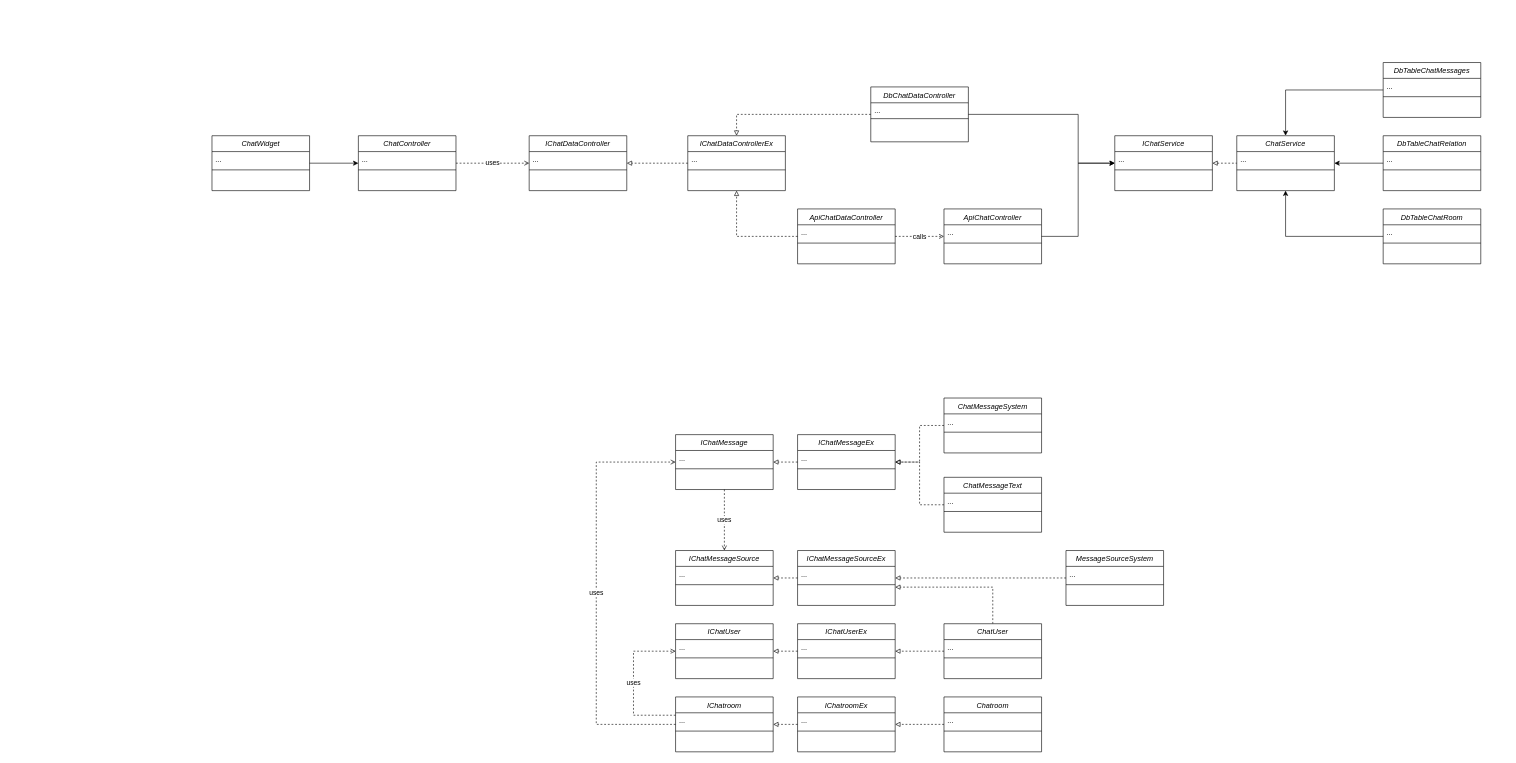
Above: internship_s8/new-class-diagram.drawio in Gryfin123/diagrams_with_no_context (draw.io), before the change. Source tidied: cells renumbered, new cells numbered last; positions are measured from the earlier drawing's top-left corner, leaving out a move shared by most shapes. Both pictures are drawn from the tidied source at 61%, with x=0, y=0 at pixel (212, 62).
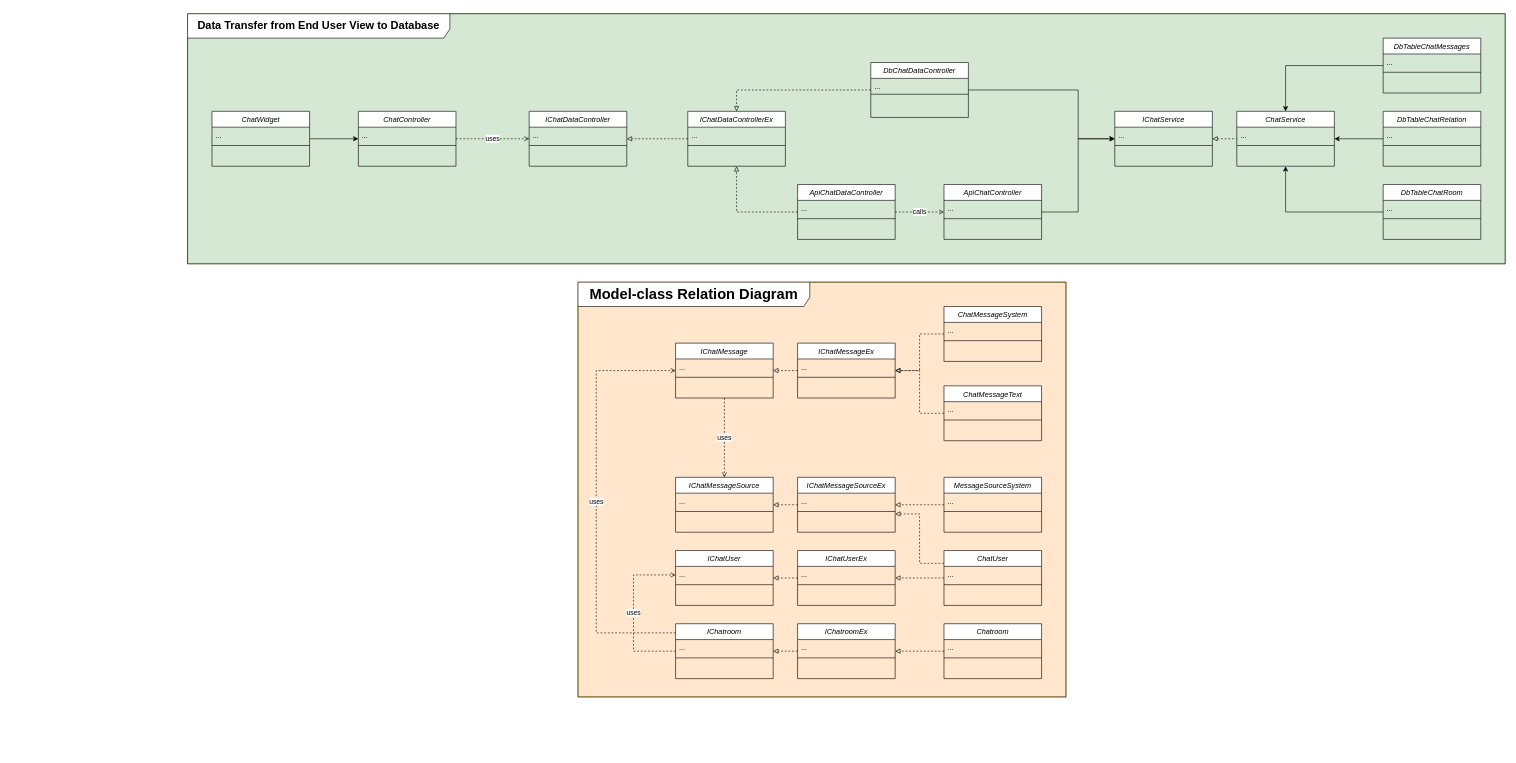
After the change.

Change to the diagram source:
```diff
@@
+    <mxCell id="102" style="rounded=0;whiteSpace=wrap;html=1;fillColor=#d5e8d4;strokeColor=#82b366;" parent="1" vertex="1">
+      <mxGeometry x="-40" y="-80" width="2160" height="410" as="geometry" />
+    </mxCell>
+    <mxCell id="103" style="rounded=0;whiteSpace=wrap;html=1;fillColor=#ffe6cc;strokeColor=#d79b00;" parent="1" vertex="1">
+      <mxGeometry x="600" y="360" width="800" height="680" as="geometry" />
+    </mxCell>
@@
     <mxCell id="3" value="ChatMessageText" style="swimlane;fontStyle=2;align=center;verticalAlign=top;horizontal=1;startSize=26;rounded=0;shadow=0;strokeWidth=1;" parent="1" vertex="1">
-      <mxGeometry x="1200" y="680" width="160" height="90" as="geometry" />
+      <mxGeometry x="1200" y="530" width="160" height="90" as="geometry" />
     </mxCell>
@@
     <mxCell id="7" value="Chatroom" style="swimlane;fontStyle=2;align=center;verticalAlign=top;horizontal=1;startSize=26;rounded=0;shadow=0;strokeWidth=1;" parent="1" vertex="1">
-      <mxGeometry x="1200" y="1040" width="160" height="90" as="geometry" />
+      <mxGeometry x="1200" y="920" width="160" height="90" as="geometry" />
     </mxCell>
@@
     <mxCell id="11" style="edgeStyle=orthogonalEdgeStyle;rounded=0;jettySize=auto;html=1;endArrow=block;endFill=0;dashed=1;" parent="1" edge="1" source="12" target="42">
       <mxGeometry relative="1" as="geometry">
         <Array as="points">
-          <mxPoint x="1280" y="860" />
+          <mxPoint x="1160" y="821" />
+          <mxPoint x="1160" y="740" />
         </Array>
       </mxGeometry>
     </mxCell>
     <mxCell id="12" value="ChatUser" style="swimlane;fontStyle=2;align=center;verticalAlign=top;horizontal=1;startSize=26;rounded=0;shadow=0;strokeWidth=1;" parent="1" vertex="1">
-      <mxGeometry x="1200" y="920" width="160" height="90" as="geometry" />
+      <mxGeometry x="1200" y="800" width="160" height="90" as="geometry" />
     </mxCell>
@@
     <mxCell id="16" value="ChatMessageSystem" style="swimlane;fontStyle=2;align=center;verticalAlign=top;horizontal=1;startSize=26;rounded=0;shadow=0;strokeWidth=1;" parent="1" vertex="1">
-      <mxGeometry x="1200" y="550" width="160" height="90" as="geometry" />
+      <mxGeometry x="1200" y="400" width="160" height="90" as="geometry" />
     </mxCell>
@@
     <mxCell id="20" value="IChatMessageEx" style="swimlane;fontStyle=2;align=center;verticalAlign=top;horizontal=1;startSize=26;rounded=0;shadow=0;strokeWidth=1;" parent="1" vertex="1">
-      <mxGeometry x="960" y="610" width="160" height="90" as="geometry" />
+      <mxGeometry x="960" y="460" width="160" height="90" as="geometry" />
     </mxCell>
@@
     <mxCell id="24" value="IChatroomEx" style="swimlane;fontStyle=2;align=center;verticalAlign=top;horizontal=1;startSize=26;rounded=0;shadow=0;strokeWidth=1;" parent="1" vertex="1">
-      <mxGeometry x="960" y="1040" width="160" height="90" as="geometry" />
+      <mxGeometry x="960" y="920" width="160" height="90" as="geometry" />
     </mxCell>
@@
     <mxCell id="28" value="IChatUserEx" style="swimlane;fontStyle=2;align=center;verticalAlign=top;horizontal=1;startSize=26;rounded=0;shadow=0;strokeWidth=1;" parent="1" vertex="1">
-      <mxGeometry x="960" y="920" width="160" height="90" as="geometry" />
+      <mxGeometry x="960" y="800" width="160" height="90" as="geometry" />
     </mxCell>
@@
     <mxCell id="32" value="IChatMessage" style="swimlane;fontStyle=2;align=center;verticalAlign=top;horizontal=1;startSize=26;rounded=0;shadow=0;strokeWidth=1;" parent="1" vertex="1">
-      <mxGeometry x="760" y="610" width="160" height="90" as="geometry" />
+      <mxGeometry x="760" y="460" width="160" height="90" as="geometry" />
     </mxCell>
@@
     <mxCell id="35" value="IChatroom" style="swimlane;fontStyle=2;align=center;verticalAlign=top;horizontal=1;startSize=26;rounded=0;shadow=0;strokeWidth=1;" parent="1" vertex="1">
-      <mxGeometry x="760" y="1040" width="160" height="90" as="geometry" />
+      <mxGeometry x="760" y="920" width="160" height="90" as="geometry" />
     </mxCell>
@@
     <mxCell id="38" value="IChatUser" style="swimlane;fontStyle=2;align=center;verticalAlign=top;horizontal=1;startSize=26;rounded=0;shadow=0;strokeWidth=1;" parent="1" vertex="1">
-      <mxGeometry x="760" y="920" width="160" height="90" as="geometry" />
+      <mxGeometry x="760" y="800" width="160" height="90" as="geometry" />
     </mxCell>
@@
     <mxCell id="42" value="IChatMessageSourceEx" style="swimlane;fontStyle=2;align=center;verticalAlign=top;horizontal=1;startSize=26;rounded=0;shadow=0;strokeWidth=1;" parent="1" vertex="1">
-      <mxGeometry x="960" y="800" width="160" height="90" as="geometry" />
+      <mxGeometry x="960" y="680" width="160" height="90" as="geometry" />
     </mxCell>
@@
     <mxCell id="45" value="IChatMessageSource" style="swimlane;fontStyle=2;align=center;verticalAlign=top;horizontal=1;startSize=26;rounded=0;shadow=0;strokeWidth=1;" parent="1" vertex="1">
-      <mxGeometry x="760" y="800" width="160" height="90" as="geometry" />
+      <mxGeometry x="760" y="680" width="160" height="90" as="geometry" />
     </mxCell>
@@
     <mxCell id="49" value="DbTableChatMessages" style="swimlane;fontStyle=2;align=center;verticalAlign=top;horizontal=1;startSize=26;rounded=0;shadow=0;strokeWidth=1;" parent="1" vertex="1">
-      <mxGeometry x="1920" width="160" height="90" as="geometry" />
+      <mxGeometry x="1920" y="-40" width="160" height="90" as="geometry" />
     </mxCell>
@@
     <mxCell id="53" value="DbTableChatRelation" style="swimlane;fontStyle=2;align=center;verticalAlign=top;horizontal=1;startSize=26;rounded=0;shadow=0;strokeWidth=1;" parent="1" vertex="1">
-      <mxGeometry x="1920" y="120" width="160" height="90" as="geometry" />
+      <mxGeometry x="1920" y="80" width="160" height="90" as="geometry" />
     </mxCell>
@@
     <mxCell id="57" value="DbTableChatRoom" style="swimlane;fontStyle=2;align=center;verticalAlign=top;horizontal=1;startSize=26;rounded=0;shadow=0;strokeWidth=1;" parent="1" vertex="1">
-      <mxGeometry x="1920" y="240" width="160" height="90" as="geometry" />
+      <mxGeometry x="1920" y="200" width="160" height="90" as="geometry" />
     </mxCell>
@@
     <mxCell id="60" value="ChatService" style="swimlane;fontStyle=2;align=center;verticalAlign=top;horizontal=1;startSize=26;rounded=0;shadow=0;strokeWidth=1;" parent="1" vertex="1">
-      <mxGeometry x="1680" y="120" width="160" height="90" as="geometry" />
+      <mxGeometry x="1680" y="80" width="160" height="90" as="geometry" />
     </mxCell>
@@
     <mxCell id="64" value="IChatService" style="swimlane;fontStyle=2;align=center;verticalAlign=top;horizontal=1;startSize=26;rounded=0;shadow=0;strokeWidth=1;" parent="1" vertex="1">
-      <mxGeometry x="1480" y="120" width="160" height="90" as="geometry" />
+      <mxGeometry x="1480" y="80" width="160" height="90" as="geometry" />
     </mxCell>
@@
     <mxCell id="68" style="edgeStyle=orthogonalEdgeStyle;rounded=0;jettySize=auto;html=1;" parent="1" edge="1" source="82" target="64">
       <mxGeometry relative="1" as="geometry">
         <Array as="points">
-          <mxPoint x="1420" y="285" />
-          <mxPoint x="1420" y="165" />
+          <mxPoint x="1420" y="245" />
+          <mxPoint x="1420" y="125" />
         </Array>
       </mxGeometry>
     </mxCell>
@@
     <mxCell id="70" value="ApiChatDataController" style="swimlane;fontStyle=2;align=center;verticalAlign=top;horizontal=1;startSize=26;rounded=0;shadow=0;strokeWidth=1;" parent="1" vertex="1">
-      <mxGeometry x="960" y="240" width="160" height="90" as="geometry" />
+      <mxGeometry x="960" y="200" width="160" height="90" as="geometry" />
     </mxCell>
@@
     <mxCell id="74" value="IChatDataControllerEx" style="swimlane;fontStyle=2;align=center;verticalAlign=top;horizontal=1;startSize=26;rounded=0;shadow=0;strokeWidth=1;" parent="1" vertex="1">
-      <mxGeometry x="780" y="120" width="160" height="90" as="geometry" />
+      <mxGeometry x="780" y="80" width="160" height="90" as="geometry" />
     </mxCell>
@@
     <mxCell id="77" style="edgeStyle=orthogonalEdgeStyle;rounded=0;jettySize=auto;html=1;endArrow=block;endFill=0;dashed=1;" parent="1" edge="1" source="79" target="74">
       <mxGeometry relative="1" as="geometry">
         <Array as="points">
-          <mxPoint x="860" y="85" />
+          <mxPoint x="860" y="45" />
         </Array>
       </mxGeometry>
     </mxCell>
     <mxCell id="78" style="edgeStyle=orthogonalEdgeStyle;rounded=0;jettySize=auto;html=1;" parent="1" edge="1" source="79" target="64">
       <mxGeometry relative="1" as="geometry">
         <Array as="points">
-          <mxPoint x="1420" y="85" />
-          <mxPoint x="1420" y="165" />
+          <mxPoint x="1420" y="45" />
+          <mxPoint x="1420" y="125" />
         </Array>
       </mxGeometry>
     </mxCell>
     <mxCell id="79" value="DbChatDataController" style="swimlane;fontStyle=2;align=center;verticalAlign=top;horizontal=1;startSize=26;rounded=0;shadow=0;strokeWidth=1;" parent="1" vertex="1">
-      <mxGeometry x="1080" y="40" width="160" height="90" as="geometry" />
+      <mxGeometry x="1080" width="160" height="90" as="geometry" />
     </mxCell>
@@
     <mxCell id="82" value="ApiChatController" style="swimlane;fontStyle=2;align=center;verticalAlign=top;horizontal=1;startSize=26;rounded=0;shadow=0;strokeWidth=1;" parent="1" vertex="1">
-      <mxGeometry x="1200" y="240" width="160" height="90" as="geometry" />
+      <mxGeometry x="1200" y="200" width="160" height="90" as="geometry" />
     </mxCell>
@@
     <mxCell id="85" value="IChatDataController" style="swimlane;fontStyle=2;align=center;verticalAlign=top;horizontal=1;startSize=26;rounded=0;shadow=0;strokeWidth=1;" parent="1" vertex="1">
-      <mxGeometry x="520" y="120" width="160" height="90" as="geometry" />
+      <mxGeometry x="520" y="80" width="160" height="90" as="geometry" />
     </mxCell>
@@
     <mxCell id="89" value="ChatController" style="swimlane;fontStyle=2;align=center;verticalAlign=top;horizontal=1;startSize=26;rounded=0;shadow=0;strokeWidth=1;" parent="1" vertex="1">
-      <mxGeometry x="240" y="120" width="160" height="90" as="geometry" />
+      <mxGeometry x="240" y="80" width="160" height="90" as="geometry" />
     </mxCell>
@@
     <mxCell id="93" value="ChatWidget" style="swimlane;fontStyle=2;align=center;verticalAlign=top;horizontal=1;startSize=26;rounded=0;shadow=0;strokeWidth=1;" parent="1" vertex="1">
-      <mxGeometry y="120" width="160" height="90" as="geometry" />
+      <mxGeometry y="80" width="160" height="90" as="geometry" />
     </mxCell>
@@
     <mxCell id="97" value="MessageSourceSystem" style="swimlane;fontStyle=2;align=center;verticalAlign=top;horizontal=1;startSize=26;rounded=0;shadow=0;strokeWidth=1;" parent="1" vertex="1">
-      <mxGeometry x="1400" y="800" width="160" height="90" as="geometry" />
+      <mxGeometry x="1200" y="680" width="160" height="90" as="geometry" />
     </mxCell>
@@
     <mxCell id="100" value="uses" style="edgeStyle=orthogonalEdgeStyle;rounded=0;jettySize=auto;html=1;endArrow=open;endFill=0;dashed=1;" parent="1" edge="1" source="35" target="38">
       <mxGeometry relative="1" as="geometry">
         <Array as="points">
-          <mxPoint x="691" y="1070" />
           <mxPoint x="691" y="965" />
+          <mxPoint x="691" y="840" />
         </Array>
       </mxGeometry>
     </mxCell>
     <mxCell id="101" value="uses" style="edgeStyle=orthogonalEdgeStyle;rounded=0;jettySize=auto;html=1;endArrow=open;endFill=0;dashed=1;" parent="1" edge="1" source="35" target="32">
       <mxGeometry relative="1" as="geometry">
         <Array as="points">
-          <mxPoint x="630" y="1085" />
-          <mxPoint x="630" y="655" />
+          <mxPoint x="630" y="935" />
+          <mxPoint x="630" y="505" />
         </Array>
       </mxGeometry>
     </mxCell>
+    <mxCell id="104" value="&lt;h2&gt;&lt;br&gt;&lt;/h2&gt;" style="text;html=1;align=left;verticalAlign=middle;whiteSpace=wrap;rounded=0;" parent="1" vertex="1">
+      <mxGeometry x="-330" y="470" width="540" height="30" as="geometry" />
+    </mxCell>
+    <mxCell id="105" value="&lt;h2 style=&quot;text-align: left;&quot;&gt;&lt;font style=&quot;font-size: 24px;&quot;&gt;Model-class Relation Diagram&lt;/font&gt;&lt;/h2&gt;" style="shape=umlFrame;whiteSpace=wrap;html=1;width=380;height=40;" parent="1" vertex="1">
+      <mxGeometry x="600" y="360" width="800" height="680" as="geometry" />
+    </mxCell>
+    <mxCell id="106" value="&lt;h2 style=&quot;text-align: left;&quot;&gt;Data Transfer from End User View to Database&lt;/h2&gt;" style="shape=umlFrame;whiteSpace=wrap;html=1;width=430;height=40;" parent="1" vertex="1">
+      <mxGeometry x="-40" y="-80" width="2160" height="410" as="geometry" />
+    </mxCell>
```
